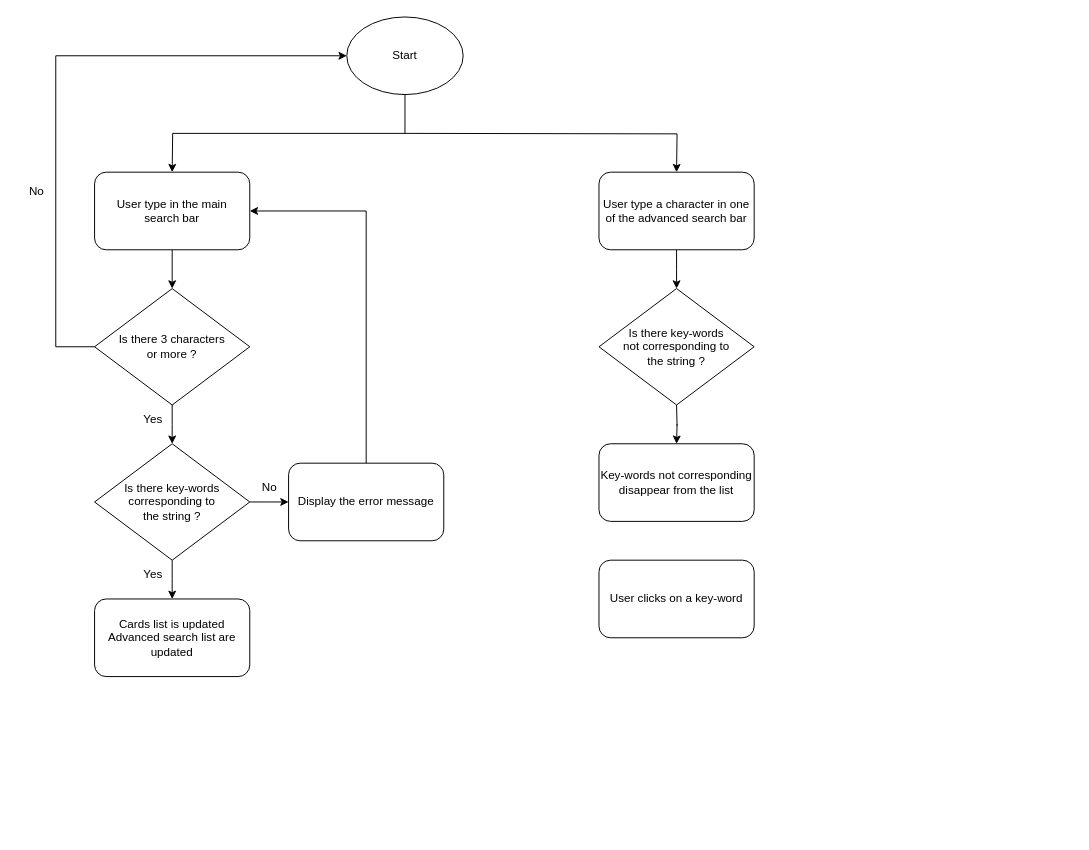
Earlier version of the draw.io diagram Diagramme sans nom.drawio (LoicFmi/LoicFmi). Source tidied: cells renumbered, new cells numbered last; positions are measured from the earlier drawing's top-left corner, leaving out a move shared by most shapes. Both pictures are drawn from the tidied source at 97%, with x=0, y=0 at pixel (16, 16).
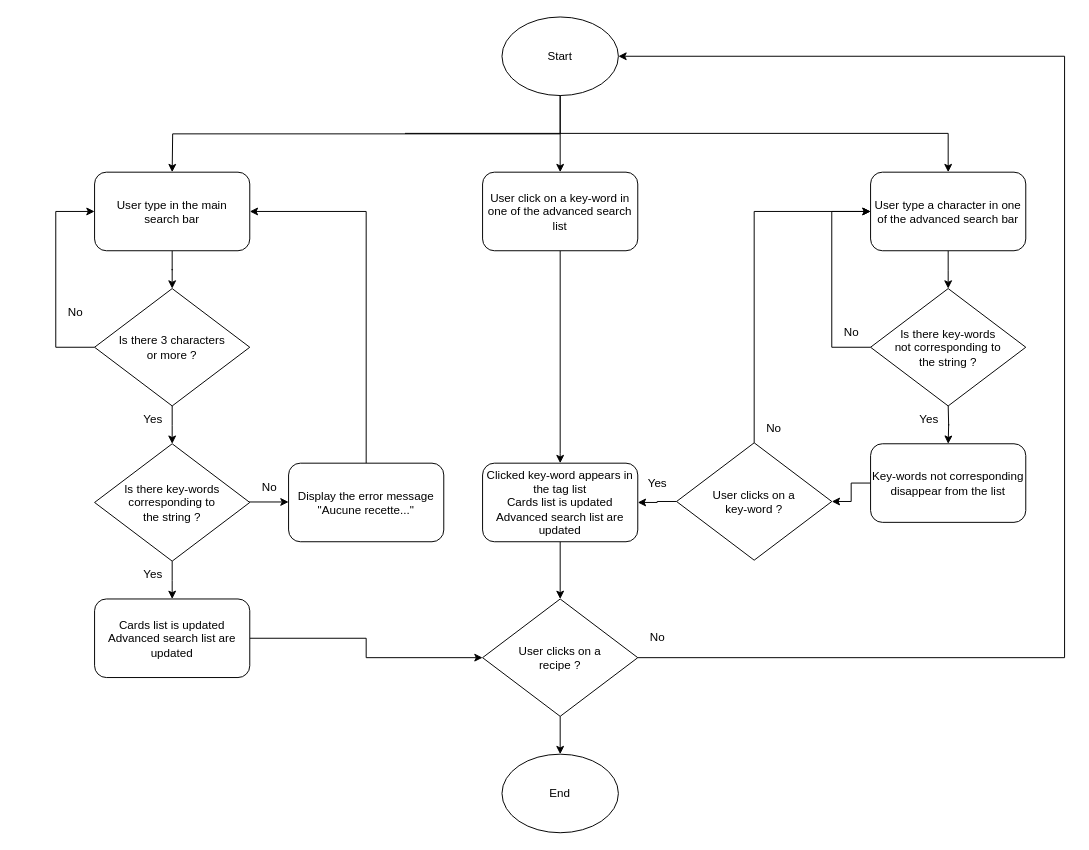
The same diagram, later.

Commit message (it also covers changes not shown here):
Mettre à jour Diagramme sans nom.drawio

Diff of the diagram source:
```diff
@@
-    <mxCell id="3" style="edgeStyle=orthogonalEdgeStyle;orthogonalLoop=1;jettySize=auto;html=1;fontSize=10;rounded=0;" parent="1" edge="1">
+    <mxCell id="3" style="edgeStyle=orthogonalEdgeStyle;jettySize=auto;html=1;fontSize=10;rounded=0;entryX=0.5;entryY=0;entryDx=0;entryDy=0;" parent="1" edge="1" target="11">
       <mxGeometry relative="1" as="geometry">
         <mxPoint x="400" y="120" as="sourcePoint" />
-        <mxPoint x="680" y="160" as="targetPoint" />
+        <Array as="points">
+          <mxPoint x="960" y="120" />
+        </Array>
       </mxGeometry>
     </mxCell>
+    <mxCell id="26" style="edgeStyle=orthogonalEdgeStyle;rounded=0;jettySize=auto;html=1;entryX=0.5;entryY=0;entryDx=0;entryDy=0;" parent="1" edge="1" source="4" target="41">
+      <mxGeometry relative="1" as="geometry" />
+    </mxCell>
     <mxCell id="4" value="&lt;font style=&quot;font-size: 12px;&quot;&gt;Start&lt;/font&gt;" style="ellipse;whiteSpace=wrap;html=1;rounded=0;" parent="1" vertex="1">
-      <mxGeometry x="340" width="120" height="80" as="geometry" />
+      <mxGeometry x="500" width="120" height="81" as="geometry" />
     </mxCell>
@@
-    <mxCell id="6" style="edgeStyle=orthogonalEdgeStyle;rounded=0;jettySize=auto;html=1;fontSize=12;entryX=0;entryY=0.5;entryDx=0;entryDy=0;" parent="1" edge="1" source="7" target="4">
-      <mxGeometry relative="1" as="geometry">
-        <Array as="points">
-          <mxPoint x="40" y="340" />
-          <mxPoint x="40" y="40" />
-        </Array>
-      </mxGeometry>
-    </mxCell>
+    <mxCell id="27" style="edgeStyle=orthogonalEdgeStyle;rounded=0;jettySize=auto;html=1;entryX=0;entryY=0.5;entryDx=0;entryDy=0;" parent="1" edge="1" source="7" target="9">
+      <mxGeometry relative="1" as="geometry">
+        <Array as="points">
+          <mxPoint x="40" y="340" />
+          <mxPoint x="40" y="200" />
+        </Array>
+      </mxGeometry>
+    </mxCell>
     <mxCell id="7" value="Is there 3 characters&lt;br&gt;or more ?" style="rhombus;whiteSpace=wrap;html=1;" parent="1" vertex="1">
-      <mxGeometry x="80" y="280" width="160" height="120" as="geometry" />
+      <mxGeometry x="80" y="280" width="160" height="121" as="geometry" />
     </mxCell>
@@
     <mxCell id="9" value="User type&amp;nbsp;in the main &lt;br&gt;search bar" style="rounded=1;whiteSpace=wrap;html=1;fontSize=12;" parent="1" vertex="1">
-      <mxGeometry x="80" y="160" width="160" height="80" as="geometry" />
+      <mxGeometry x="80" y="160" width="160" height="81" as="geometry" />
     </mxCell>
     <mxCell id="10" style="edgeStyle=orthogonalEdgeStyle;rounded=0;jettySize=auto;html=1;fontSize=12;endArrow=classic;endFill=1;" parent="1" edge="1" source="11">
       <mxGeometry relative="1" as="geometry">
-        <mxPoint x="680" y="280" as="targetPoint" />
+        <mxPoint x="960" y="280" as="targetPoint" />
       </mxGeometry>
     </mxCell>
     <mxCell id="11" value="User type a character in one of the advanced search bar" style="rounded=1;whiteSpace=wrap;html=1;fontSize=12;" parent="1" vertex="1">
-      <mxGeometry x="600" y="160" width="160" height="80" as="geometry" />
+      <mxGeometry x="880" y="160" width="160" height="81" as="geometry" />
     </mxCell>
@@
     <mxCell id="13" value="No" style="text;html=1;align=center;verticalAlign=middle;strokeColor=none;fillColor=none;fontSize=12;" parent="1" vertex="1">
-      <mxGeometry y="165" width="40" height="30" as="geometry" />
+      <mxGeometry x="40" y="290" width="40" height="30" as="geometry" />
     </mxCell>
@@
     <mxCell id="16" value="Is there key-words corresponding to&lt;br&gt;the string ?" style="rhombus;whiteSpace=wrap;html=1;" parent="1" vertex="1">
-      <mxGeometry x="80" y="440" width="160" height="120" as="geometry" />
+      <mxGeometry x="80" y="440" width="160" height="121" as="geometry" />
     </mxCell>
@@
-    <mxCell id="20" value="Display the error message" style="rounded=1;whiteSpace=wrap;html=1;fontSize=12;" parent="1" vertex="1">
-      <mxGeometry x="280" y="460" width="160" height="80" as="geometry" />
+    <mxCell id="20" value="Display the error message&lt;br&gt;&quot;Aucune recette...&quot;" style="rounded=1;whiteSpace=wrap;html=1;fontSize=12;" parent="1" vertex="1">
+      <mxGeometry x="280" y="460" width="160" height="81" as="geometry" />
     </mxCell>
+    <mxCell id="28" style="edgeStyle=orthogonalEdgeStyle;rounded=0;jettySize=auto;html=1;" parent="1" edge="1" source="21" target="45">
+      <mxGeometry relative="1" as="geometry" />
+    </mxCell>
     <mxCell id="21" value="Cards list is updated&lt;br&gt;Advanced search list are&lt;br&gt;updated" style="rounded=1;whiteSpace=wrap;html=1;fontSize=12;" parent="1" vertex="1">
-      <mxGeometry x="80" y="600" width="160" height="80" as="geometry" />
+      <mxGeometry x="80" y="600" width="160" height="81" as="geometry" />
     </mxCell>
     <mxCell id="22" style="edgeStyle=orthogonalEdgeStyle;rounded=0;orthogonalLoop=1;jettySize=auto;html=1;fontSize=12;endArrow=classic;endFill=1;" parent="1" edge="1">
       <mxGeometry relative="1" as="geometry">
-        <mxPoint x="680" y="400" as="sourcePoint" />
-        <mxPoint x="680" y="440" as="targetPoint" />
+        <mxPoint x="960" y="400" as="sourcePoint" />
+        <mxPoint x="960" y="440" as="targetPoint" />
       </mxGeometry>
     </mxCell>
-    <mxCell id="23" value="User clicks on a key-word" style="rounded=1;whiteSpace=wrap;html=1;fontSize=12;" parent="1" vertex="1">
-      <mxGeometry x="600" y="560" width="160" height="80" as="geometry" />
-    </mxCell>
+    <mxCell id="29" style="edgeStyle=orthogonalEdgeStyle;rounded=0;jettySize=auto;html=1;entryX=0;entryY=0.5;entryDx=0;entryDy=0;" parent="1" edge="1" source="24" target="11">
+      <mxGeometry relative="1" as="geometry">
+        <Array as="points">
+          <mxPoint x="840" y="340" />
+          <mxPoint x="840" y="200" />
+        </Array>
+      </mxGeometry>
+    </mxCell>
     <mxCell id="24" value="Is there key-words &lt;br&gt;not corresponding to&lt;br&gt;the string ?" style="rhombus;whiteSpace=wrap;html=1;" parent="1" vertex="1">
-      <mxGeometry x="600" y="280" width="160" height="120" as="geometry" />
+      <mxGeometry x="880" y="280" width="160" height="121" as="geometry" />
     </mxCell>
+    <mxCell id="30" style="edgeStyle=orthogonalEdgeStyle;rounded=0;jettySize=auto;html=1;" parent="1" edge="1" source="25" target="34">
+      <mxGeometry relative="1" as="geometry" />
+    </mxCell>
     <mxCell id="25" value="Key-words not corresponding disappear from the list" style="rounded=1;whiteSpace=wrap;html=1;fontSize=12;" parent="1" vertex="1">
-      <mxGeometry x="600" y="440" width="160" height="80" as="geometry" />
+      <mxGeometry x="880" y="440" width="160" height="81" as="geometry" />
     </mxCell>
+    <mxCell id="31" value="Yes" style="text;html=1;align=center;verticalAlign=middle;strokeColor=none;fillColor=none;fontSize=12;" parent="1" vertex="1">
+      <mxGeometry x="920" y="400" width="40" height="30" as="geometry" />
+    </mxCell>
+    <mxCell id="32" style="edgeStyle=orthogonalEdgeStyle;rounded=0;jettySize=auto;html=1;entryX=0;entryY=0.5;entryDx=0;entryDy=0;" parent="1" edge="1" source="34" target="11">
+      <mxGeometry relative="1" as="geometry">
+        <Array as="points">
+          <mxPoint x="760" y="200" />
+        </Array>
+      </mxGeometry>
+    </mxCell>
+    <mxCell id="33" style="edgeStyle=orthogonalEdgeStyle;rounded=0;jettySize=auto;html=1;entryX=1;entryY=0.5;entryDx=0;entryDy=0;" parent="1" edge="1" source="34" target="37">
+      <mxGeometry relative="1" as="geometry" />
+    </mxCell>
+    <mxCell id="34" value="User clicks on a&lt;br&gt;key-word ?" style="rhombus;whiteSpace=wrap;html=1;" parent="1" vertex="1">
+      <mxGeometry x="680" y="439" width="160" height="121" as="geometry" />
+    </mxCell>
+    <mxCell id="35" value="No" style="text;html=1;align=center;verticalAlign=middle;strokeColor=none;fillColor=none;" parent="1" vertex="1">
+      <mxGeometry x="840" y="310" width="40" height="30" as="geometry" />
+    </mxCell>
+    <mxCell id="36" style="edgeStyle=orthogonalEdgeStyle;rounded=0;jettySize=auto;html=1;entryX=0.5;entryY=0;entryDx=0;entryDy=0;" parent="1" edge="1" source="37" target="45">
+      <mxGeometry relative="1" as="geometry" />
+    </mxCell>
+    <mxCell id="37" value="Clicked key-word appears in the tag list&lt;br&gt;Cards list is updated&lt;br&gt;Advanced search list are&lt;br&gt;updated" style="rounded=1;whiteSpace=wrap;html=1;fontSize=12;" parent="1" vertex="1">
+      <mxGeometry x="480" y="460" width="160" height="81" as="geometry" />
+    </mxCell>
+    <mxCell id="38" style="edgeStyle=orthogonalEdgeStyle;rounded=0;orthogonalLoop=1;jettySize=auto;html=1;" parent="1" edge="1">
+      <mxGeometry relative="1" as="geometry">
+        <mxPoint x="560" y="721" as="sourcePoint" />
+        <mxPoint x="560" y="760" as="targetPoint" />
+      </mxGeometry>
+    </mxCell>
+    <mxCell id="39" value="&lt;font style=&quot;font-size: 12px;&quot;&gt;End&lt;/font&gt;" style="ellipse;whiteSpace=wrap;html=1;rounded=0;" parent="1" vertex="1">
+      <mxGeometry x="500" y="760" width="120" height="81" as="geometry" />
+    </mxCell>
+    <mxCell id="40" style="edgeStyle=orthogonalEdgeStyle;rounded=0;jettySize=auto;html=1;" parent="1" edge="1" source="41">
+      <mxGeometry relative="1" as="geometry">
+        <mxPoint x="560" y="460" as="targetPoint" />
+        <Array as="points">
+          <mxPoint x="560" y="450" />
+          <mxPoint x="560" y="450" />
+        </Array>
+      </mxGeometry>
+    </mxCell>
+    <mxCell id="41" value="User click on a key-word in one of the advanced search list" style="rounded=1;whiteSpace=wrap;html=1;fontSize=12;" parent="1" vertex="1">
+      <mxGeometry x="480" y="160" width="160" height="81" as="geometry" />
+    </mxCell>
+    <mxCell id="42" value="No" style="text;html=1;align=center;verticalAlign=middle;strokeColor=none;fillColor=none;" parent="1" vertex="1">
+      <mxGeometry x="760" y="409" width="40" height="30" as="geometry" />
+    </mxCell>
+    <mxCell id="43" value="Yes" style="text;html=1;align=center;verticalAlign=middle;strokeColor=none;fillColor=none;" parent="1" vertex="1">
+      <mxGeometry x="640" y="465.5" width="40" height="30" as="geometry" />
+    </mxCell>
+    <mxCell id="44" style="edgeStyle=orthogonalEdgeStyle;rounded=0;jettySize=auto;html=1;entryX=1;entryY=0.5;entryDx=0;entryDy=0;" parent="1" edge="1" source="45" target="4">
+      <mxGeometry relative="1" as="geometry">
+        <Array as="points">
+          <mxPoint x="1080" y="660" />
+          <mxPoint x="1080" y="40" />
+        </Array>
+      </mxGeometry>
+    </mxCell>
+    <mxCell id="45" value="User clicks on a&lt;br&gt;recipe ?" style="rhombus;whiteSpace=wrap;html=1;" parent="1" vertex="1">
+      <mxGeometry x="480" y="600" width="160" height="121" as="geometry" />
+    </mxCell>
+    <mxCell id="46" value="No" style="text;html=1;align=center;verticalAlign=middle;strokeColor=none;fillColor=none;" parent="1" vertex="1">
+      <mxGeometry x="640" y="625" width="40" height="30" as="geometry" />
+    </mxCell>
```
